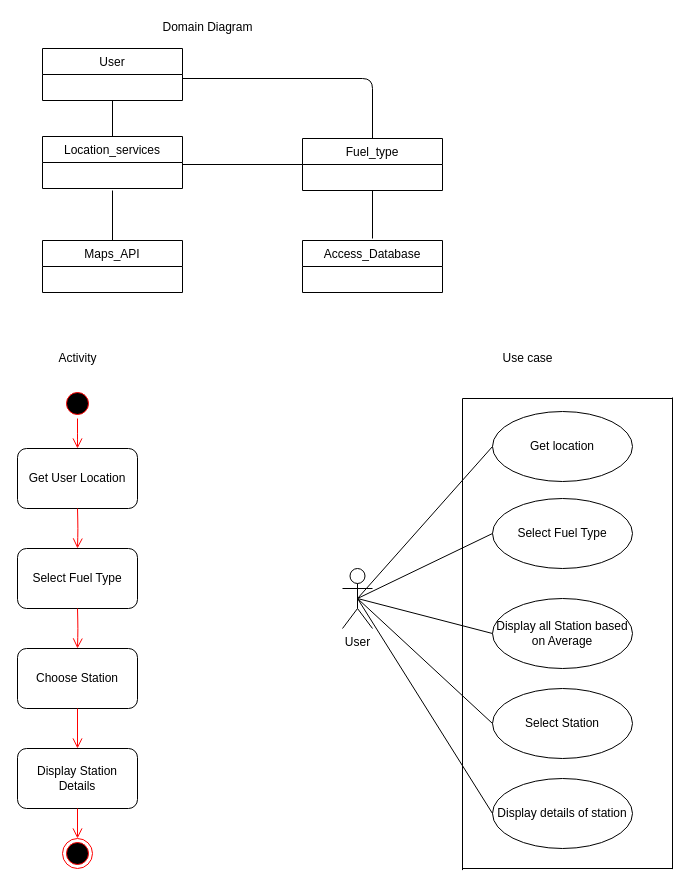
amarnadh6/ase keeps this draw.io diagram as Untitled Diagram.drawio. Above is the earlier version. Source tidied: cells renumbered, new cells numbered last; positions are measured from the earlier drawing's top-left corner, leaving out a move shared by most shapes. Both pictures are drawn from the tidied source at 100%, with x=0, y=0 at pixel (17, 17).
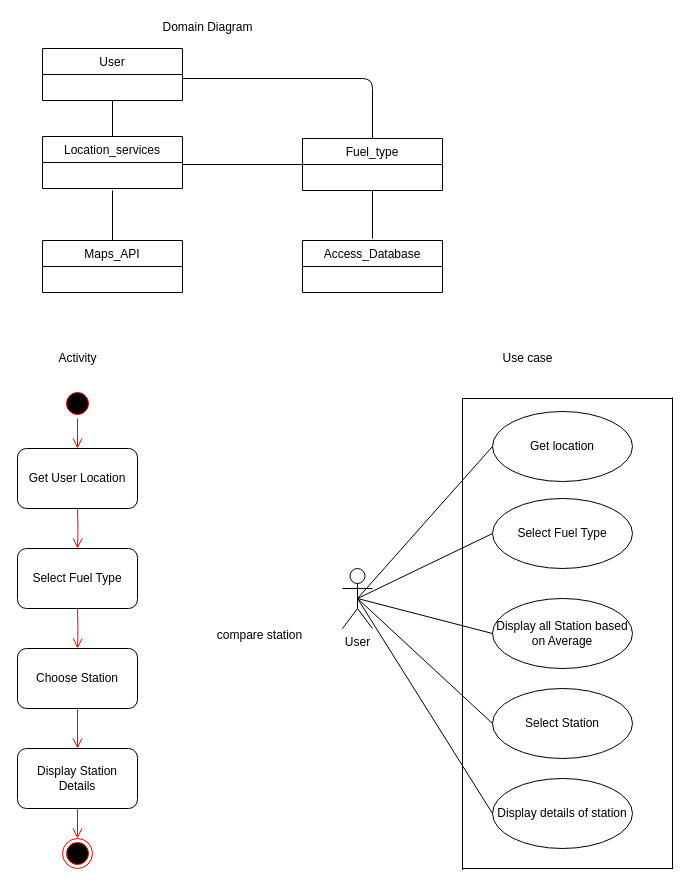
After the change.

Change to the diagram source:
```diff
@@
+    <mxCell id="41" value="compare station" style="text;html=1;align=center;verticalAlign=middle;" parent="1" vertex="1">
+      <mxGeometry x="192" y="608" width="100" height="20" as="geometry" />
+    </mxCell>
```
